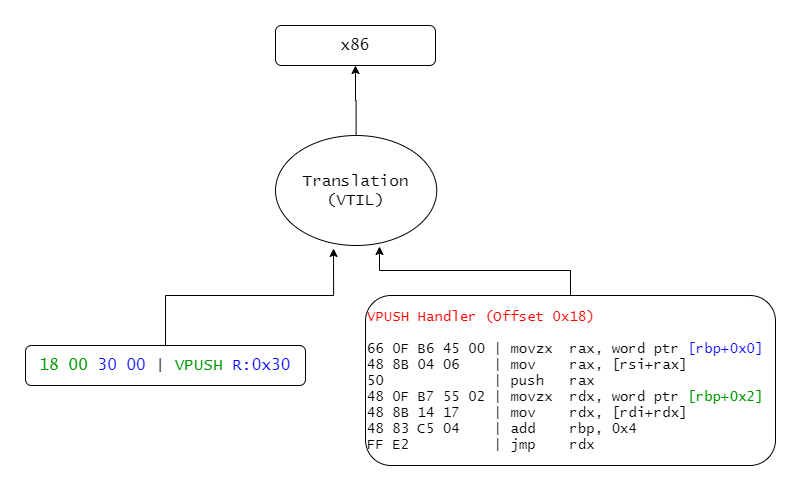
The draw.io diagram assets/virtualization-1/vtil-flowchart.png in 0xnobody/0xnobody.github.io, before a commit. Source tidied: cells renumbered, new cells last; positions are measured from the earlier drawing's top-left corner, leaving out a move shared by most shapes.
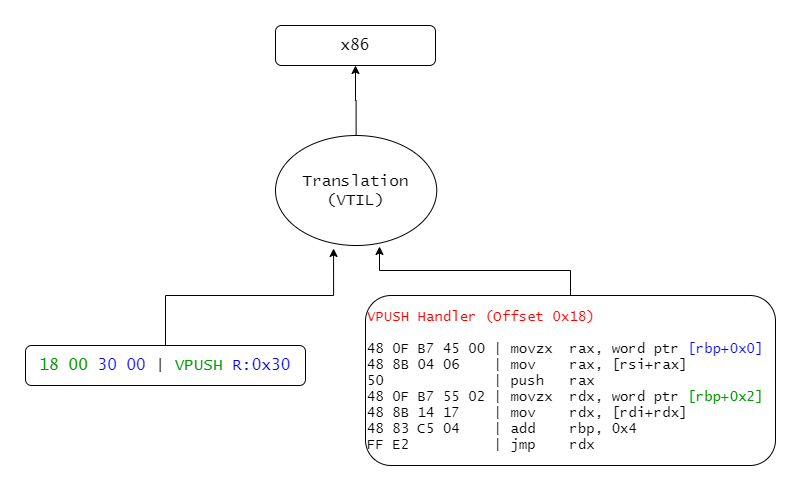
The same diagram one commit later.

The edit, as a diff of the source:
```diff
@@ -20,7 +20,7 @@
     <mxCell id="7" style="edgeStyle=orthogonalEdgeStyle;rounded=0;jettySize=auto;html=1;entryX=0.645;entryY=1.009;entryDx=0;entryDy=0;entryPerimeter=0;startArrow=none;startFill=0;endArrow=classic;endFill=1;" parent="1" edge="1" source="8" target="6">
       <mxGeometry relative="1" as="geometry" />
     </mxCell>
-    <mxCell id="8" value="&lt;div style=&quot;font-size: 14px&quot;&gt;&lt;font style=&quot;font-size: 14px&quot; color=&quot;#ff0000&quot;&gt;VPUSH Handler (Offset 0x18)&lt;/font&gt;&lt;/div&gt;&lt;div style=&quot;font-size: 14px&quot;&gt;&lt;font style=&quot;font-size: 14px&quot;&gt;&lt;br&gt;&lt;/font&gt;&lt;/div&gt;&lt;div style=&quot;font-size: 14px&quot;&gt;&lt;font style=&quot;font-size: 14px&quot;&gt;66 0F B6 45 00 | movzx&amp;nbsp; rax, word ptr &lt;font color=&quot;#0000ff&quot;&gt;[rbp+0x0]&lt;/font&gt;&lt;/font&gt;&lt;/div&gt;&lt;div style=&quot;font-size: 14px&quot;&gt;&lt;font style=&quot;font-size: 14px&quot;&gt;48 8B 04 06&amp;nbsp; &amp;nbsp; | mov&amp;nbsp; &amp;nbsp; rax, [rsi+rax]&lt;/font&gt;&lt;/div&gt;&lt;div style=&quot;font-size: 14px&quot;&gt;&lt;font style=&quot;font-size: 14px&quot;&gt;50&amp;nbsp; &amp;nbsp; &amp;nbsp; &amp;nbsp; &amp;nbsp; &amp;nbsp; &amp;nbsp;| push&amp;nbsp; &amp;nbsp;rax&lt;/font&gt;&lt;/div&gt;&lt;div style=&quot;font-size: 14px&quot;&gt;&lt;font style=&quot;font-size: 14px&quot;&gt;48 0F B7 55 02 | movzx&amp;nbsp; rdx, word ptr &lt;font color=&quot;#009900&quot;&gt;[rbp+0x2]&lt;/font&gt;&lt;/font&gt;&lt;/div&gt;&lt;div style=&quot;font-size: 14px&quot;&gt;&lt;font style=&quot;font-size: 14px&quot;&gt;48 8B 14 17&amp;nbsp; &amp;nbsp; | mov&amp;nbsp; &amp;nbsp; rdx, [rdi+rdx]&lt;/font&gt;&lt;/div&gt;&lt;div style=&quot;font-size: 14px&quot;&gt;&lt;font style=&quot;font-size: 14px&quot;&gt;48 83 C5 04&amp;nbsp; &amp;nbsp; | add&amp;nbsp; &amp;nbsp; rbp, 0x4&lt;/font&gt;&lt;/div&gt;&lt;div style=&quot;font-size: 14px&quot;&gt;&lt;font style=&quot;font-size: 14px&quot;&gt;FF E2&amp;nbsp; &amp;nbsp; &amp;nbsp; &amp;nbsp; &amp;nbsp; | jmp&amp;nbsp; &amp;nbsp; rdx&lt;/font&gt;&lt;/div&gt;" style="rounded=1;whiteSpace=wrap;html=1;fillColor=none;fontFamily=Lucida Console;fontColor=#000000;align=left;" parent="1" vertex="1">
+    <mxCell id="8" value="&lt;div style=&quot;font-size: 14px&quot;&gt;&lt;font style=&quot;font-size: 14px&quot; color=&quot;#ff0000&quot;&gt;VPUSH Handler (Offset 0x18)&lt;/font&gt;&lt;/div&gt;&lt;div style=&quot;font-size: 14px&quot;&gt;&lt;font style=&quot;font-size: 14px&quot;&gt;&lt;br&gt;&lt;/font&gt;&lt;/div&gt;&lt;div style=&quot;font-size: 14px&quot;&gt;&lt;font style=&quot;font-size: 14px&quot;&gt;48 0F B7 45 00 | movzx&amp;nbsp; rax, word ptr &lt;font color=&quot;#0000ff&quot;&gt;[rbp+0x0]&lt;/font&gt;&lt;/font&gt;&lt;/div&gt;&lt;div style=&quot;font-size: 14px&quot;&gt;&lt;font style=&quot;font-size: 14px&quot;&gt;48 8B 04 06&amp;nbsp; &amp;nbsp; | mov&amp;nbsp; &amp;nbsp; rax, [rsi+rax]&lt;/font&gt;&lt;/div&gt;&lt;div style=&quot;font-size: 14px&quot;&gt;&lt;font style=&quot;font-size: 14px&quot;&gt;50&amp;nbsp; &amp;nbsp; &amp;nbsp; &amp;nbsp; &amp;nbsp; &amp;nbsp; &amp;nbsp;| push&amp;nbsp; &amp;nbsp;rax&lt;/font&gt;&lt;/div&gt;&lt;div style=&quot;font-size: 14px&quot;&gt;&lt;font style=&quot;font-size: 14px&quot;&gt;48 0F B7 55 02 | movzx&amp;nbsp; rdx, word ptr &lt;font color=&quot;#009900&quot;&gt;[rbp+0x2]&lt;/font&gt;&lt;/font&gt;&lt;/div&gt;&lt;div style=&quot;font-size: 14px&quot;&gt;&lt;font style=&quot;font-size: 14px&quot;&gt;48 8B 14 17&amp;nbsp; &amp;nbsp; | mov&amp;nbsp; &amp;nbsp; rdx, [rdi+rdx]&lt;/font&gt;&lt;/div&gt;&lt;div style=&quot;font-size: 14px&quot;&gt;&lt;font style=&quot;font-size: 14px&quot;&gt;48 83 C5 04&amp;nbsp; &amp;nbsp; | add&amp;nbsp; &amp;nbsp; rbp, 0x4&lt;/font&gt;&lt;/div&gt;&lt;div style=&quot;font-size: 14px&quot;&gt;&lt;font style=&quot;font-size: 14px&quot;&gt;FF E2&amp;nbsp; &amp;nbsp; &amp;nbsp; &amp;nbsp; &amp;nbsp; | jmp&amp;nbsp; &amp;nbsp; rdx&lt;/font&gt;&lt;/div&gt;" style="rounded=1;whiteSpace=wrap;html=1;fillColor=none;fontFamily=Lucida Console;fontColor=#000000;align=left;" parent="1" vertex="1">
       <mxGeometry x="340" y="270" width="410" height="170" as="geometry" />
     </mxCell>
   </root>
```
